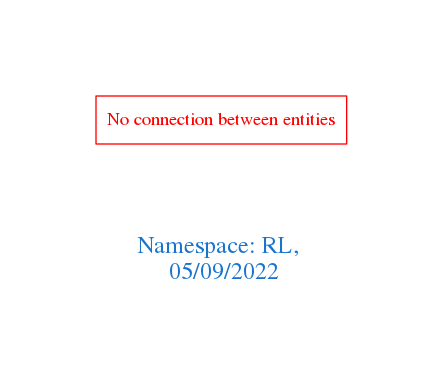
Earlier version of the Graphviz export downloads/RL.png (arago/OGIT). Its source is kept beside it as downloads/RL.dot.
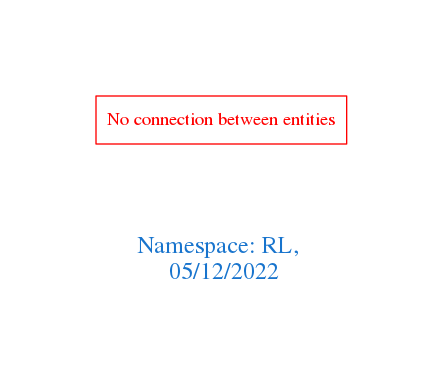
After the change.

What changed in the source:
```diff
@@ -1,7 +1,7 @@
 digraph OGIT_ontology {
  graph [ rankdir= LR,pad=1
 fontsize = 18,
-fontcolor= dodgerblue3,label = "\n\n\nNamespace: RL, \n 05/09/2022"];
+fontcolor= dodgerblue3,label = "\n\n\nNamespace: RL, \n 05/12/2022"];
 node[shape=polygon];
 edge [  color="gray81"];
 
```
